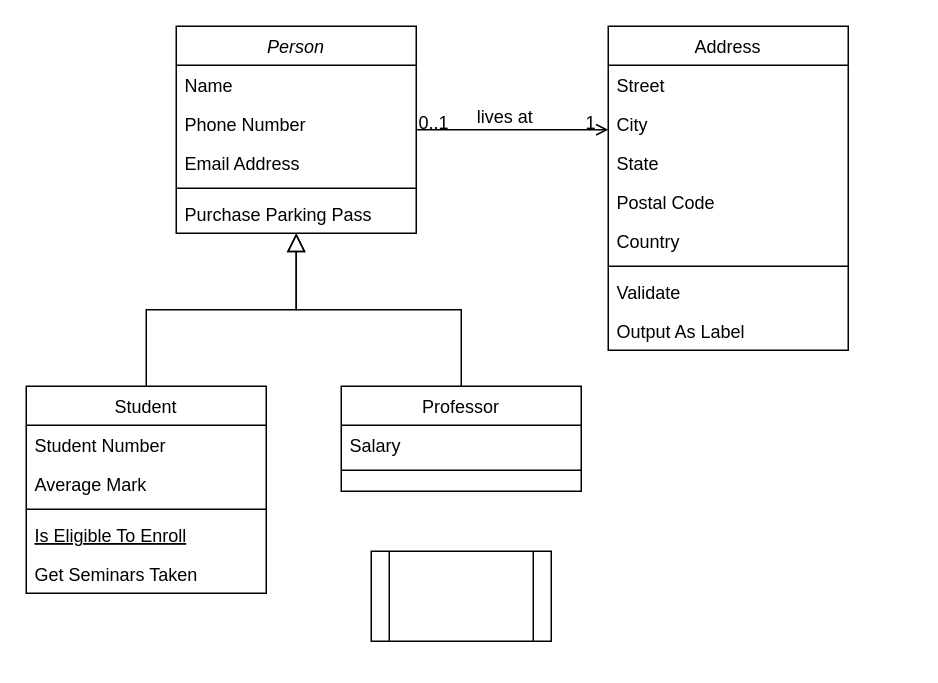
The draw.io diagram Untitled Diagram.drawio in rkuo/datasciencecoursera, before the edit. Source tidied: cells renumbered, new cells numbered last; positions are measured from the earlier drawing's top-left corner, leaving out a move shared by most shapes. Both pictures are drawn from the tidied source at 150%, with x=0, y=0 at pixel (26, 26).
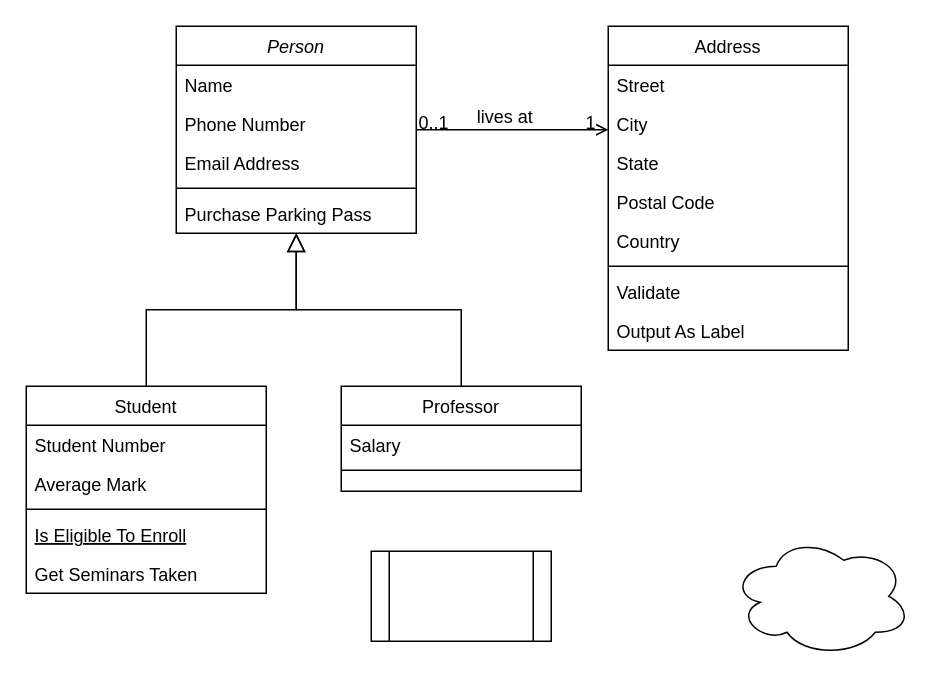
Above is the later version.

Diff of the diagram source:
```diff
@@
+    <mxCell id="33" style="ellipse;shape=cloud;whiteSpace=wrap;html=1;" parent="1" vertex="1">
+      <mxGeometry x="470" y="340" width="120" height="80" as="geometry" />
+    </mxCell>
```
